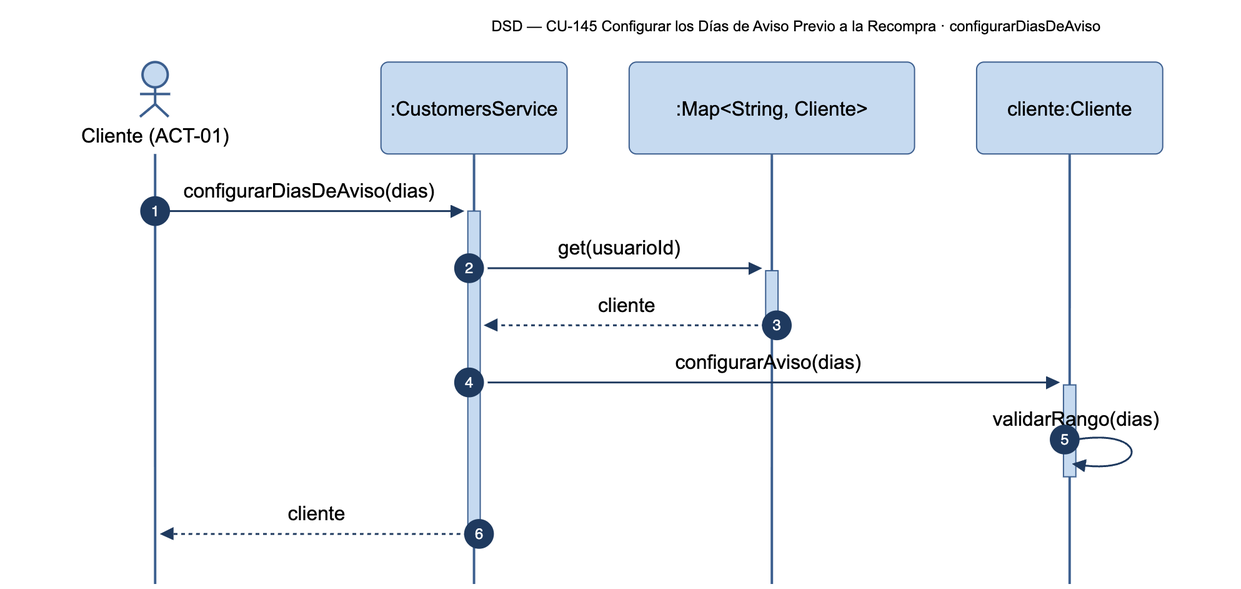
This is diagramas/png/DSD_CU-145_configurarDiasDeAviso.png from Nahuelito-Dev/splg-docs, a Mermaid export, as it was before one commit. Its source is kept beside it as diagramas/DSD_CU-145_configurarDiasDeAviso.mmd. The source it was exported from:
```mermaid
sequenceDiagram
    title DSD — CU-145 Configurar los Días de Aviso Previo a la Recompra · configurarDiasDeAviso
    autonumber
    actor CLI as Cliente (ACT-01)
    participant SRV as :CustomersService
    participant COL as :Map#lt;String, Cliente#gt;
    participant CLE as cliente:Cliente

    CLI->>+SRV: configurarDiasDeAviso(dias)
    SRV->>+COL: get(usuarioId)
    COL-->>-SRV: cliente
    SRV->>+CLE: configurarAviso(dias)
    CLE->>CLE: validarRango(dias)
    deactivate CLE
    SRV-->>-CLI: cliente
```
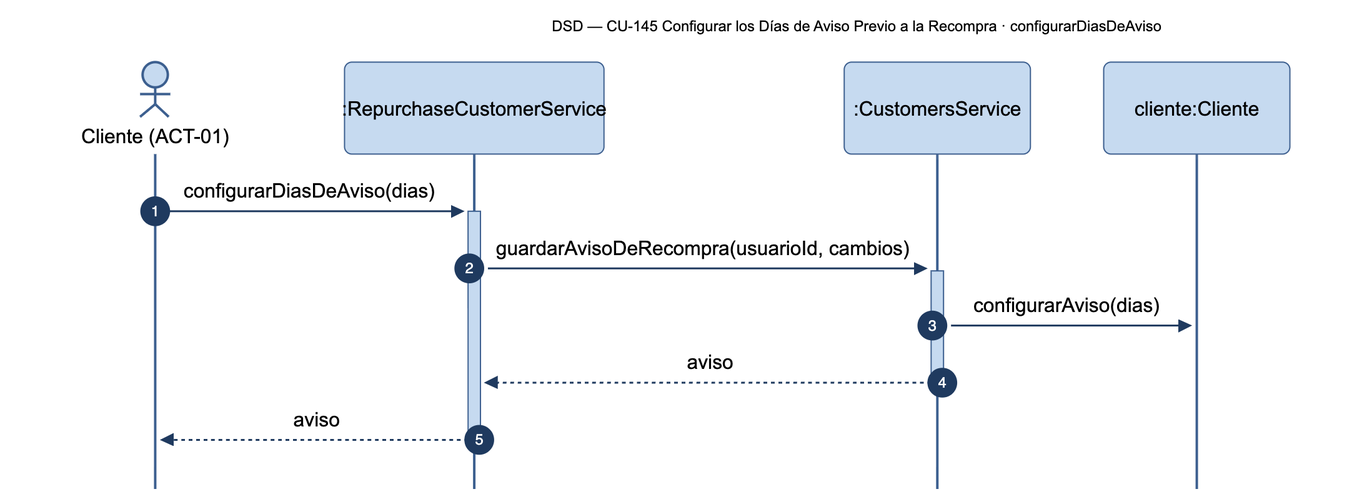
The same diagram one commit later.

Diff of the diagram source:
```diff
@@ -2,14 +2,12 @@
     title DSD — CU-145 Configurar los Días de Aviso Previo a la Recompra · configurarDiasDeAviso
     autonumber
     actor CLI as Cliente (ACT-01)
-    participant SRV as :CustomersService
-    participant COL as :Map#lt;String, Cliente#gt;
+    participant RCS as :RepurchaseCustomerService
+    participant CUS as :CustomersService
     participant CLE as cliente:Cliente
 
-    CLI->>+SRV: configurarDiasDeAviso(dias)
-    SRV->>+COL: get(usuarioId)
-    COL-->>-SRV: cliente
-    SRV->>+CLE: configurarAviso(dias)
-    CLE->>CLE: validarRango(dias)
-    deactivate CLE
-    SRV-->>-CLI: cliente
+    CLI->>+RCS: configurarDiasDeAviso(dias)
+    RCS->>+CUS: guardarAvisoDeRecompra(usuarioId, cambios)
+    CUS->>CLE: configurarAviso(dias)
+    CUS-->>-RCS: aviso
+    RCS-->>-CLI: aviso
```
